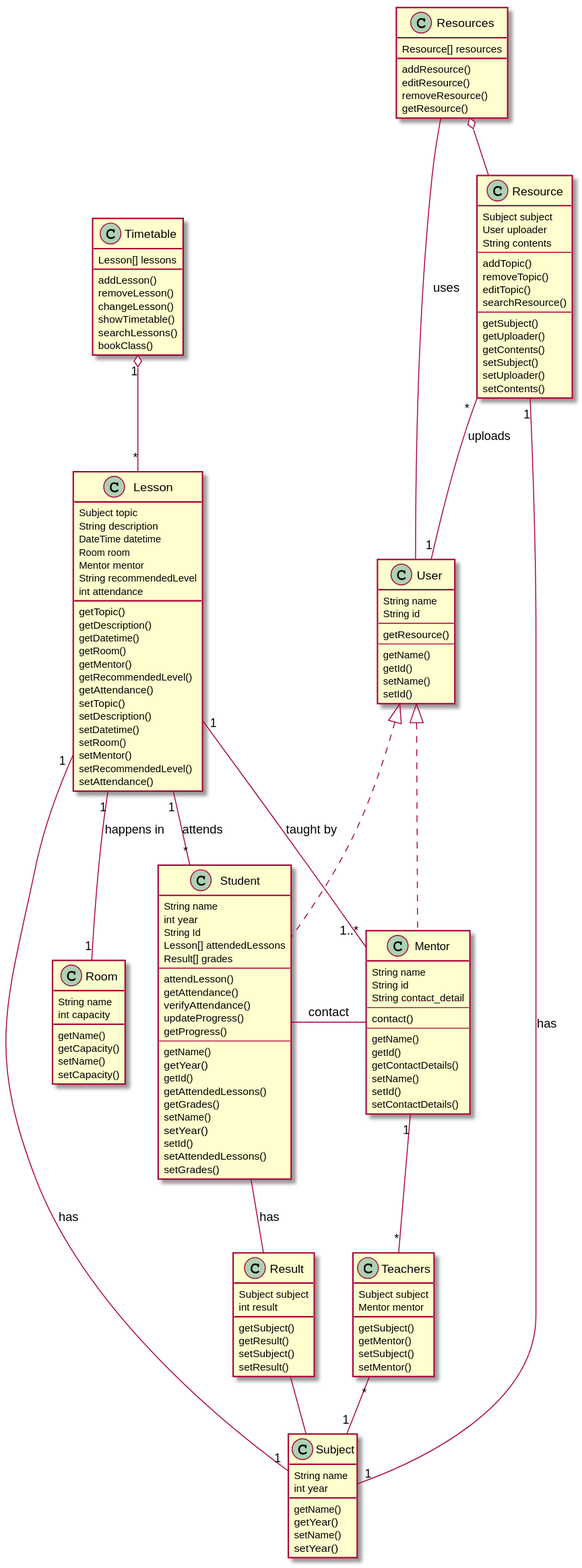
Earlier version of the PlantUML export Class Diagrams/class_diagram.svg (Gyrogaming01/asdp-project-1).
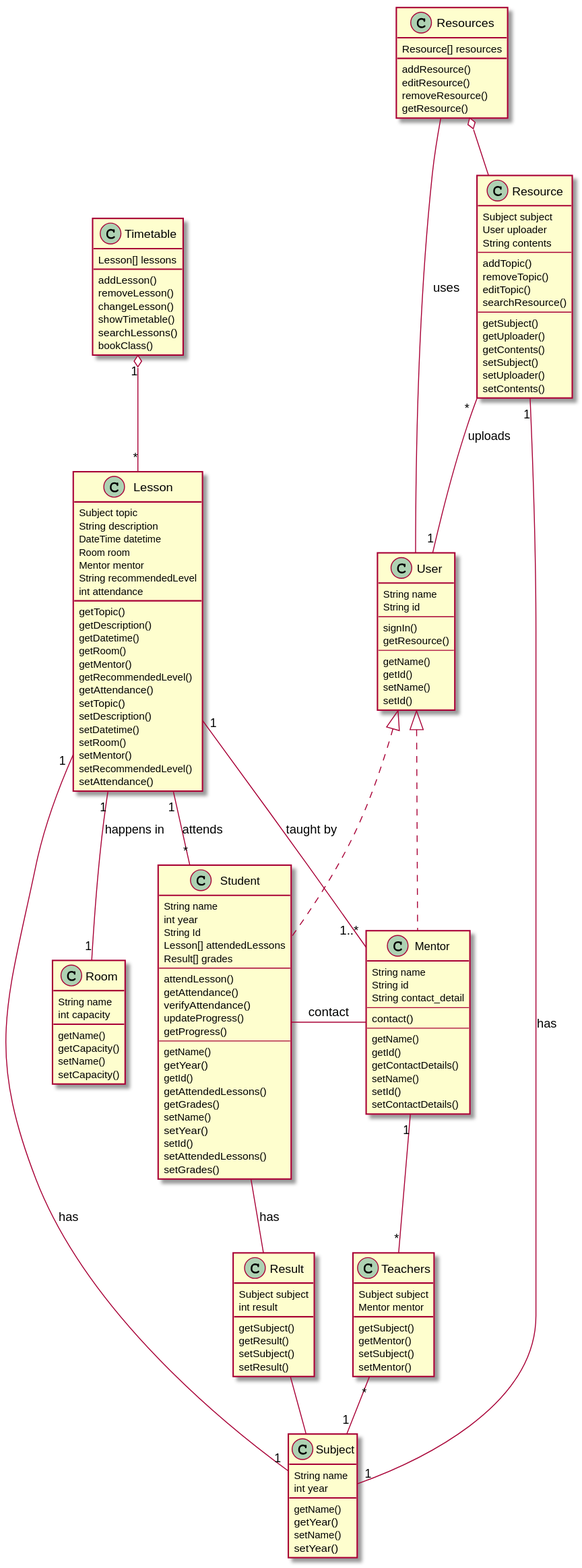
Above is the later version.

Commit message:
updated class diagram

Change to the diagram source:
```diff
@@ -105,6 +105,7 @@
   String name
   String id
   ---
+  signIn()
   getResource()
   ---
   getName()
```
